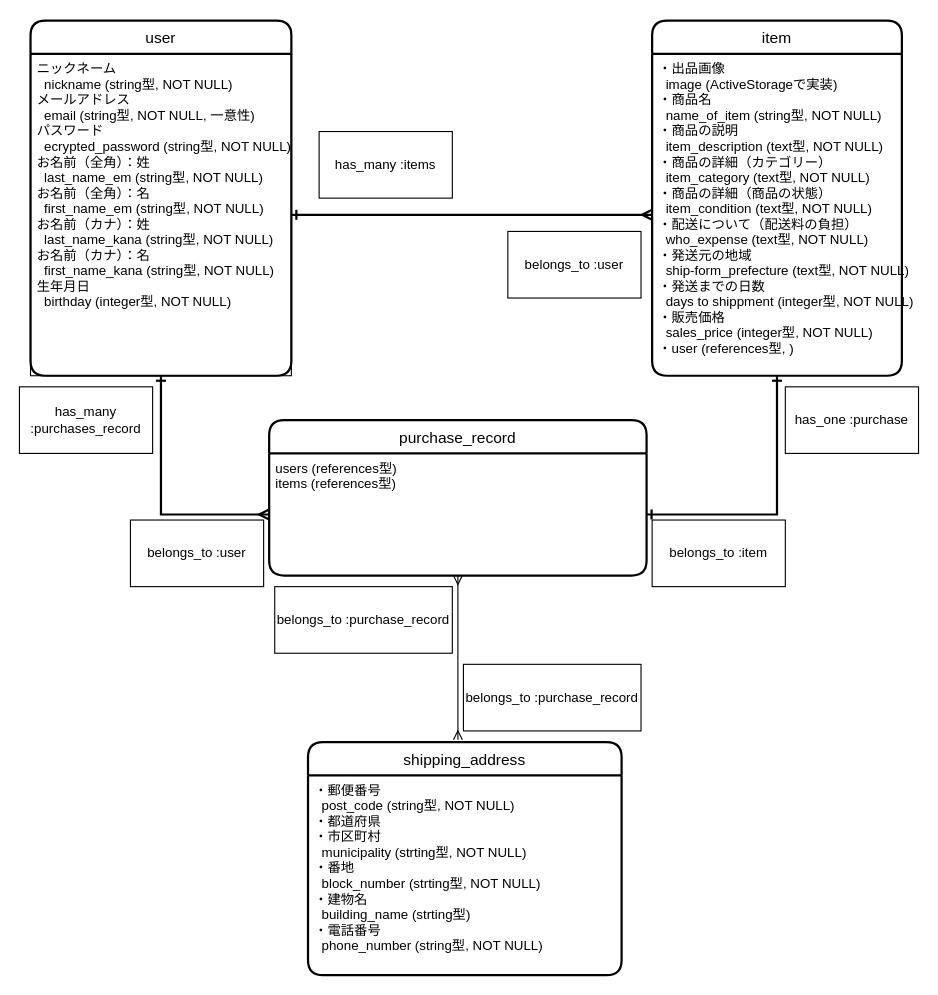
w8u8w/furima-33943 keeps this draw.io diagram as ER.dio. Above is the earlier version. Source tidied: cells renumbered, new cells numbered last; positions are measured from the earlier drawing's top-left corner, leaving out a move shared by most shapes. Both pictures are drawn from the tidied source at 111%, with x=0, y=0 at pixel (19, 20).
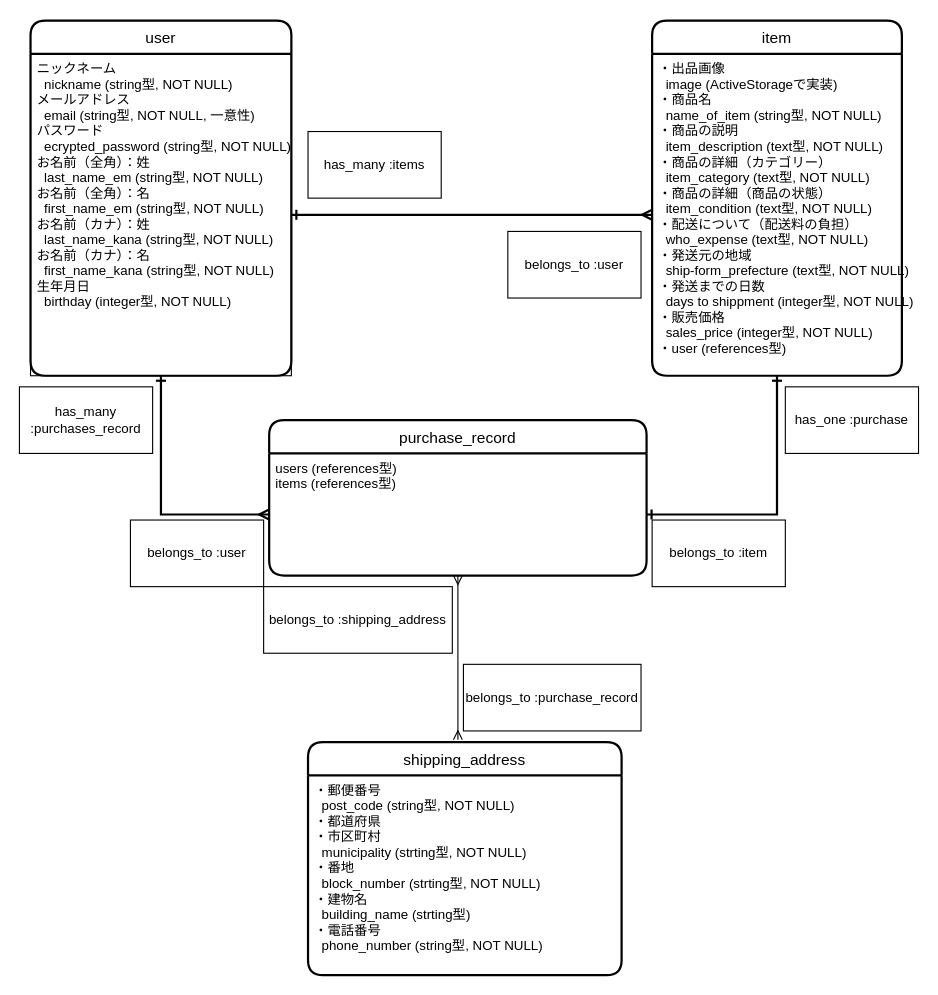
After the change.

Commit message (it also covers changes not shown here):
未記載のカラムを追加

The change refers to these unchanged cells:
```xml
<mxCell id="4" value="item" style="swimlane;horizontal=1;startSize=30;rounded=1;fontSize=14;fontStyle=0;strokeWidth=2;shadow=0;dashed=0;align=center;" parent="1" vertex="1">
  <mxGeometry x="570" width="225" height="320" as="geometry" />
</mxCell>
```

What changed in the source:
```diff
@@
-    <mxCell id="5" value="・出品画像&#10;  image (ActiveStorageで実装)&#10;・商品名&#10;  name_of_item (string型, NOT NULL)&#10;・商品の説明&#10;  item_description (text型, NOT NULL)&#10;・商品の詳細（カテゴリー）&#10;  item_category (text型, NOT NULL)&#10;・商品の詳細（商品の状態）&#10;  item_condition (text型, NOT NULL)&#10;・配送について（配送料の負担）&#10;  who_expense (text型, NOT NULL)&#10;・発送元の地域&#10;  ship-form_prefecture (text型, NOT NULL)&#10;・発送までの日数&#10;  days to shippment (integer型, NOT NULL)&#10;・販売価格&#10;  sales_price (integer型, NOT NULL)&#10;・user (references型, )" style="align=left;strokeColor=none;fillColor=none;spacingLeft=4;fontSize=12;verticalAlign=top;" parent="4" vertex="1">
+    <mxCell id="5" value="・出品画像&#10;  image (ActiveStorageで実装)&#10;・商品名&#10;  name_of_item (string型, NOT NULL)&#10;・商品の説明&#10;  item_description (text型, NOT NULL)&#10;・商品の詳細（カテゴリー）&#10;  item_category (text型, NOT NULL)&#10;・商品の詳細（商品の状態）&#10;  item_condition (text型, NOT NULL)&#10;・配送について（配送料の負担）&#10;  who_expense (text型, NOT NULL)&#10;・発送元の地域&#10;  ship-form_prefecture (text型, NOT NULL)&#10;・発送までの日数&#10;  days to shippment (integer型, NOT NULL)&#10;・販売価格&#10;  sales_price (integer型, NOT NULL)&#10;・user (references型)" style="align=left;strokeColor=none;fillColor=none;spacingLeft=4;fontSize=12;verticalAlign=top;" parent="4" vertex="1">
       <mxGeometry y="30" width="225" height="290" as="geometry" />
     </mxCell>
@@
     <mxCell id="18" value="has_many :items" style="rounded=0;whiteSpace=wrap;html=1;shadow=0;" parent="1" vertex="1">
-      <mxGeometry x="270" y="100" width="120" height="60" as="geometry" />
+      <mxGeometry x="260" y="100" width="120" height="60" as="geometry" />
     </mxCell>
@@
-    <mxCell id="25" value="belongs_to :purchase_record" style="rounded=0;whiteSpace=wrap;html=1;" parent="1" vertex="1">
-      <mxGeometry x="230" y="510" width="160" height="60" as="geometry" />
+    <mxCell id="25" value="belongs_to :shipping_address" style="rounded=0;whiteSpace=wrap;html=1;" parent="1" vertex="1">
+      <mxGeometry x="220" y="510" width="170" height="60" as="geometry" />
     </mxCell>
```
